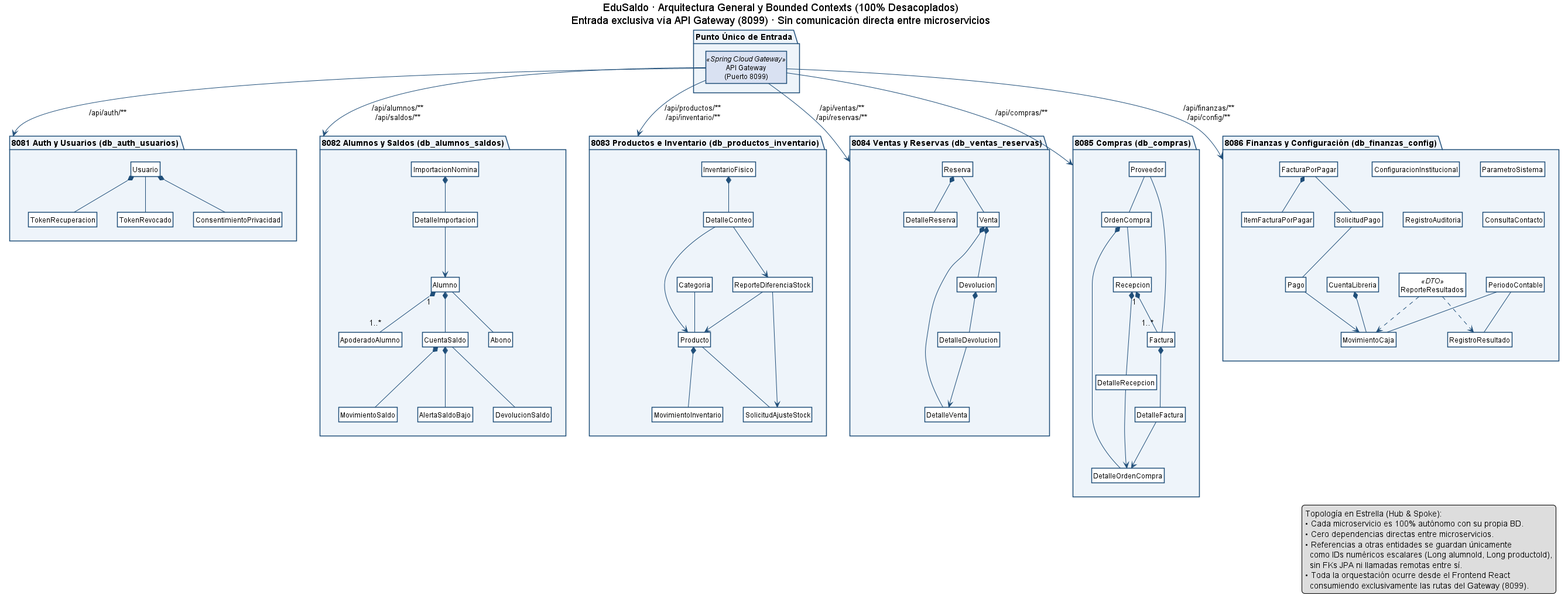
Above: docs/00_vista_global.png in antoniojarasanchez/edusaldo-api-gateway (PlantUML), before the change. Its source is kept beside it as docs/00_vista_global.puml. Its diagram source:
```plantuml
@startuml 00_vista_global
title EduSaldo · Arquitectura General y Bounded Contexts (100% Desacoplados)\nEntrada exclusiva vía API Gateway (Puerto 8099) · Sin comunicación directa entre microservicios
skinparam classAttributeIconSize 0
skinparam shadowing false
skinparam class {
  BackgroundColor #FFFFFF
  BorderColor #1F4E79
  ArrowColor #1F4E79
}
skinparam package {
  BorderColor #1F4E79
  BackgroundColor #EEF4FA
}
hide members
hide circle
top to bottom direction

package "Punto Único de Entrada" {
  class "API Gateway\n(Puerto 8099)" as GATEWAY <<Spring Cloud Gateway>> #D9E1F2
}

package "8081 Auth y Usuarios (db_auth_usuarios)" as AUTH {
  class Usuario
  class TokenRecuperacion
  class TokenRevocado
  class ConsentimientoPrivacidad
  Usuario *-- TokenRecuperacion
  Usuario -- TokenRevocado
  Usuario *-- ConsentimientoPrivacidad
}

package "8082 Alumnos y Saldos (db_alumnos_saldos)" as ALU {
  class Alumno
  class ApoderadoAlumno
  class CuentaSaldo
  class MovimientoSaldo
  class Abono
  class AlertaSaldoBajo
  class DevolucionSaldo
  class ImportacionNomina
  class DetalleImportacion
  Alumno "1" *-- "1..*" ApoderadoAlumno
  CuentaSaldo *-- AlertaSaldoBajo
  CuentaSaldo -- DevolucionSaldo
  ImportacionNomina *-- DetalleImportacion
  DetalleImportacion --> Alumno
  Alumno *-- CuentaSaldo
  CuentaSaldo *-- MovimientoSaldo
  Alumno -- Abono
}

package "8083 Productos e Inventario (db_productos_inventario)" as PROD {
  class Categoria
  class Producto
  class MovimientoInventario
  class SolicitudAjusteStock
  class InventarioFisico
  class DetalleConteo
  class ReporteDiferenciaStock
  Categoria -- Producto
  Producto *-- MovimientoInventario
  Producto -- SolicitudAjusteStock
  InventarioFisico *-- DetalleConteo
  DetalleConteo --> Producto
  DetalleConteo --> ReporteDiferenciaStock
  ReporteDiferenciaStock --> Producto
  ReporteDiferenciaStock --> SolicitudAjusteStock
}

package "8084 Ventas y Reservas (db_ventas_reservas)" as VEN {
  class Reserva
  class DetalleReserva
  class Venta
  class DetalleVenta
  class Devolucion
  class DetalleDevolucion
  Reserva *-- DetalleReserva
  Reserva -- Venta
  Venta *-- DetalleVenta
  Venta *-- Devolucion
  Devolucion *-- DetalleDevolucion
  DetalleDevolucion --> DetalleVenta
}

package "8085 Compras (db_compras)" as COM {
  class Proveedor
  class OrdenCompra
  class DetalleOrdenCompra
  class Recepcion
  class DetalleRecepcion
  class Factura
  class DetalleFactura
  Proveedor -- OrdenCompra
  Proveedor -- Factura
  OrdenCompra *-- DetalleOrdenCompra
  OrdenCompra -- Recepcion
  Recepcion *-- DetalleRecepcion
  DetalleRecepcion --> DetalleOrdenCompra
  Recepcion "1" *-- "1..*" Factura
  Factura *-- DetalleFactura
  DetalleFactura --> DetalleOrdenCompra
}

package "8086 Finanzas y Configuración (db_finanzas_config)" as FIN {
  class CuentaLibreria
  class MovimientoCaja
  class RegistroResultado
  class ReporteResultados <<DTO>>
  class PeriodoContable
  class FacturaPorPagar
  class ItemFacturaPorPagar
  class SolicitudPago
  class Pago
  class ConfiguracionInstitucional
  class ParametroSistema
  class RegistroAuditoria
  class ConsultaContacto
  CuentaLibreria *-- MovimientoCaja
  PeriodoContable -- MovimientoCaja
  PeriodoContable -- RegistroResultado
  ReporteResultados ..> MovimientoCaja
  ReporteResultados ..> RegistroResultado
  FacturaPorPagar *-- ItemFacturaPorPagar
  FacturaPorPagar -- SolicitudPago
  SolicitudPago -- Pago
  Pago --> MovimientoCaja
}

GATEWAY --> AUTH : Puerto 8081
GATEWAY --> ALU : Puerto 8082
GATEWAY --> PROD : Puerto 8083
GATEWAY --> VEN : Puerto 8084
GATEWAY --> COM : Puerto 8085
GATEWAY --> FIN : Puerto 8086

legend right
  Topología en Estrella (Hub & Spoke):
  • Cada microservicio es 100% autónomo con su propia base de datos.
  • Cero dependencias directas entre microservicios.
  • Referencias a otras entidades se guardan únicamente
    como IDs numéricos escalares (Long alumnoId, Long productoId),
    sin FKs JPA ni llamadas remotas entre sí.
  • El Gateway (8099) centraliza el acceso desde React y enruta
    hacia los puertos oficiales (8081 a 8086) definidos en arquitectura.
endlegend
@enduml
```
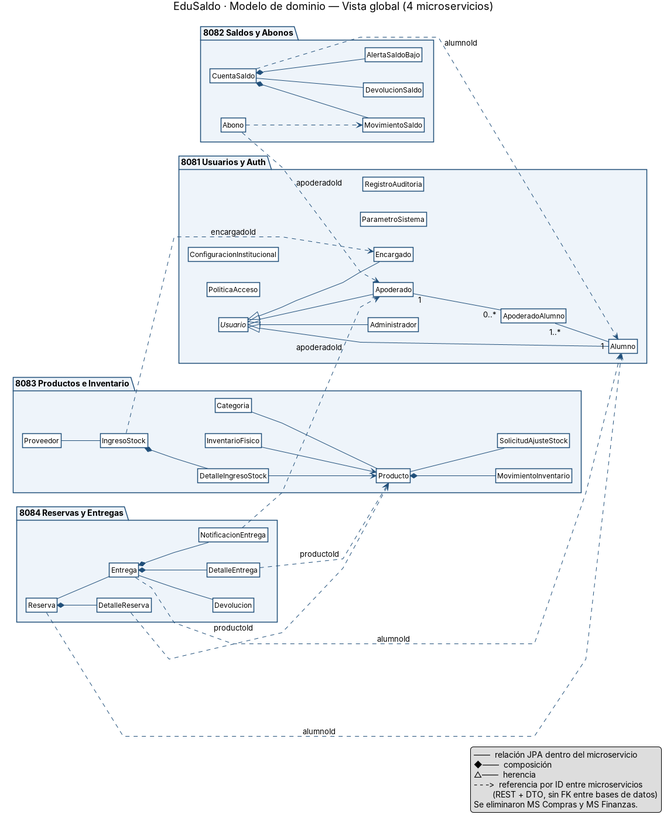
Later version of the same file.

The edit, as a diff of the source:
```diff
@@ -1,7 +1,7 @@
 @startuml 00_vista_global
-title EduSaldo · Arquitectura General y Bounded Contexts (100% Desacoplados)\nEntrada exclusiva vía API Gateway (Puerto 8099) · Sin comunicación directa entre microservicios
 skinparam classAttributeIconSize 0
 skinparam shadowing false
+skinparam linetype polyline
 skinparam class {
   BackgroundColor #FFFFFF
   BorderColor #1F4E79
@@ -11,136 +11,90 @@
   BorderColor #1F4E79
   BackgroundColor #EEF4FA
 }
+hide empty members
+title EduSaldo · Modelo de dominio — Vista global (4 microservicios)
 hide members
 hide circle
-top to bottom direction
+left to right direction
 
-package "Punto Único de Entrada" {
-  class "API Gateway\n(Puerto 8099)" as GATEWAY <<Spring Cloud Gateway>> #D9E1F2
+package "8081 Usuarios y Auth" {
+  abstract class Usuario
+  class Administrador
+  class Encargado
+  class Apoderado
+  class Alumno
+  class ApoderadoAlumno
+  class PoliticaAcceso
+  class ConfiguracionInstitucional
+  class ParametroSistema
+  class RegistroAuditoria
+  Usuario <|-- Administrador
+  Usuario <|-- Encargado
+  Usuario <|-- Apoderado
+  Usuario <|-- Alumno
+  Apoderado "1" -- "0..*" ApoderadoAlumno
+  ApoderadoAlumno "1..*" -- "1" Alumno
 }
 
-package "8081 Auth y Usuarios (db_auth_usuarios)" as AUTH {
-  class Usuario
-  class TokenRecuperacion
-  class TokenRevocado
-  class ConsentimientoPrivacidad
-  Usuario *-- TokenRecuperacion
-  Usuario -- TokenRevocado
-  Usuario *-- ConsentimientoPrivacidad
-}
-
-package "8082 Alumnos y Saldos (db_alumnos_saldos)" as ALU {
-  class Alumno
-  class ApoderadoAlumno
+package "8082 Saldos y Abonos" {
   class CuentaSaldo
   class MovimientoSaldo
   class Abono
   class AlertaSaldoBajo
   class DevolucionSaldo
-  class ImportacionNomina
-  class DetalleImportacion
-  Alumno "1" *-- "1..*" ApoderadoAlumno
+  CuentaSaldo *-- MovimientoSaldo
   CuentaSaldo *-- AlertaSaldoBajo
   CuentaSaldo -- DevolucionSaldo
-  ImportacionNomina *-- DetalleImportacion
-  DetalleImportacion --> Alumno
-  Alumno *-- CuentaSaldo
-  CuentaSaldo *-- MovimientoSaldo
-  Alumno -- Abono
+  Abono ..> MovimientoSaldo
 }
 
-package "8083 Productos e Inventario (db_productos_inventario)" as PROD {
+package "8083 Productos e Inventario" {
   class Categoria
   class Producto
+  class Proveedor
+  class IngresoStock
+  class DetalleIngresoStock
   class MovimientoInventario
   class SolicitudAjusteStock
   class InventarioFisico
-  class DetalleConteo
-  class ReporteDiferenciaStock
   Categoria -- Producto
+  Proveedor -- IngresoStock
+  IngresoStock *-- DetalleIngresoStock
+  DetalleIngresoStock --> Producto
   Producto *-- MovimientoInventario
   Producto -- SolicitudAjusteStock
-  InventarioFisico *-- DetalleConteo
-  DetalleConteo --> Producto
-  DetalleConteo --> ReporteDiferenciaStock
-  ReporteDiferenciaStock --> Producto
-  ReporteDiferenciaStock --> SolicitudAjusteStock
+  InventarioFisico --> Producto
 }
 
-package "8084 Ventas y Reservas (db_ventas_reservas)" as VEN {
+package "8084 Reservas y Entregas" {
   class Reserva
   class DetalleReserva
-  class Venta
-  class DetalleVenta
+  class Entrega
+  class DetalleEntrega
   class Devolucion
-  class DetalleDevolucion
+  class NotificacionEntrega
   Reserva *-- DetalleReserva
-  Reserva -- Venta
-  Venta *-- DetalleVenta
-  Venta *-- Devolucion
-  Devolucion *-- DetalleDevolucion
-  DetalleDevolucion --> DetalleVenta
+  Reserva -- Entrega
+  Entrega *-- DetalleEntrega
+  Entrega -- Devolucion
+  Entrega *-- NotificacionEntrega
 }
 
-package "8085 Compras (db_compras)" as COM {
-  class Proveedor
-  class OrdenCompra
-  class DetalleOrdenCompra
-  class Recepcion
-  class DetalleRecepcion
-  class Factura
-  class DetalleFactura
-  Proveedor -- OrdenCompra
-  Proveedor -- Factura
-  OrdenCompra *-- DetalleOrdenCompra
-  OrdenCompra -- Recepcion
-  Recepcion *-- DetalleRecepcion
-  DetalleRecepcion --> DetalleOrdenCompra
-  Recepcion "1" *-- "1..*" Factura
-  Factura *-- DetalleFactura
-  DetalleFactura --> DetalleOrdenCompra
-}
-
-package "8086 Finanzas y Configuración (db_finanzas_config)" as FIN {
-  class CuentaLibreria
-  class MovimientoCaja
-  class RegistroResultado
-  class ReporteResultados <<DTO>>
-  class PeriodoContable
-  class FacturaPorPagar
-  class ItemFacturaPorPagar
-  class SolicitudPago
-  class Pago
-  class ConfiguracionInstitucional
-  class ParametroSistema
-  class RegistroAuditoria
-  class ConsultaContacto
-  CuentaLibreria *-- MovimientoCaja
-  PeriodoContable -- MovimientoCaja
-  PeriodoContable -- RegistroResultado
-  ReporteResultados ..> MovimientoCaja
-  ReporteResultados ..> RegistroResultado
-  FacturaPorPagar *-- ItemFacturaPorPagar
-  FacturaPorPagar -- SolicitudPago
-  SolicitudPago -- Pago
-  Pago --> MovimientoCaja
-}
-
-GATEWAY --> AUTH : Puerto 8081
-GATEWAY --> ALU : Puerto 8082
-GATEWAY --> PROD : Puerto 8083
-GATEWAY --> VEN : Puerto 8084
-GATEWAY --> COM : Puerto 8085
-GATEWAY --> FIN : Puerto 8086
+CuentaSaldo ..> Alumno : alumnoId
+Abono ..> Apoderado : apoderadoId
+Reserva ..> Alumno : alumnoId
+Entrega ..> Alumno : alumnoId
+NotificacionEntrega ..> Apoderado : apoderadoId
+DetalleReserva ..> Producto : productoId
+DetalleEntrega ..> Producto : productoId
+IngresoStock ..> Encargado : encargadoId
 
 legend right
-  Topología en Estrella (Hub & Spoke):
-  • Cada microservicio es 100% autónomo con su propia base de datos.
-  • Cero dependencias directas entre microservicios.
-  • Referencias a otras entidades se guardan únicamente
-    como IDs numéricos escalares (Long alumnoId, Long productoId),
-    sin FKs JPA ni llamadas remotas entre sí.
-  • El Gateway (8099) centraliza el acceso desde React y enruta
-    hacia los puertos oficiales (8081 a 8086) definidos en arquitectura.
+  ——  relación JPA dentro del microservicio
+  ◆——  composición
+  △——  herencia
+  - - ->  referencia por ID entre microservicios
+          (REST + DTO, sin FK entre bases de datos)
+  Se eliminaron MS Compras y MS Finanzas.
 endlegend
 @enduml
```
